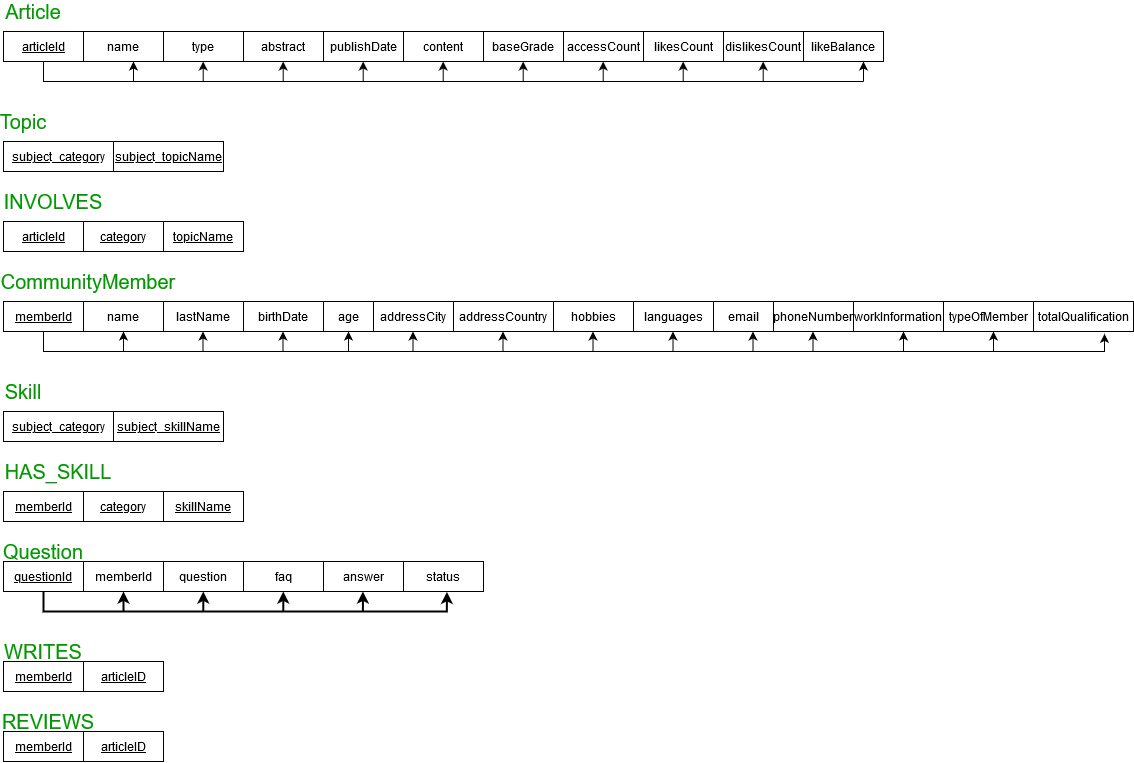
This is DB/Anexo D-DependenciasFuncionales.png from javier06herrera/PI-IngeBases-G1, a draw.io export, as it was before one commit. Source tidied: cells renumbered, new cells last; positions are measured from the earlier drawing's top-left corner, leaving out a move shared by most shapes. Its diagram source:
```xml
<mxGraphModel>
  <root>
    <mxCell id="0" />
    <mxCell id="1" parent="0" />
    <mxCell id="2" style="edgeStyle=orthogonalEdgeStyle;rounded=0;jettySize=auto;html=1;exitX=0.5;exitY=1;exitDx=0;exitDy=0;entryX=0.625;entryY=1;entryDx=0;entryDy=0;entryPerimeter=0;" parent="1" edge="1" source="3" target="4">
      <mxGeometry relative="1" as="geometry" />
    </mxCell>
    <mxCell id="3" value="&lt;u&gt;articleId&lt;/u&gt;" style="rounded=0;whiteSpace=wrap;html=1;" parent="1" vertex="1">
      <mxGeometry y="30" width="80" height="30" as="geometry" />
    </mxCell>
    <mxCell id="4" value="name" style="rounded=0;whiteSpace=wrap;html=1;" parent="1" vertex="1">
      <mxGeometry x="80" y="30" width="80" height="30" as="geometry" />
    </mxCell>
    <mxCell id="5" value="type" style="rounded=0;whiteSpace=wrap;html=1;" parent="1" vertex="1">
      <mxGeometry x="160" y="30" width="80" height="30" as="geometry" />
    </mxCell>
    <mxCell id="6" value="abstract" style="rounded=0;whiteSpace=wrap;html=1;" parent="1" vertex="1">
      <mxGeometry x="240" y="30" width="80" height="30" as="geometry" />
    </mxCell>
    <mxCell id="7" value="publishDate" style="rounded=0;whiteSpace=wrap;html=1;" parent="1" vertex="1">
      <mxGeometry x="320" y="30" width="80" height="30" as="geometry" />
    </mxCell>
    <mxCell id="8" value="content" style="rounded=0;whiteSpace=wrap;html=1;" parent="1" vertex="1">
      <mxGeometry x="400" y="30" width="80" height="30" as="geometry" />
    </mxCell>
    <mxCell id="9" value="baseGrade" style="rounded=0;whiteSpace=wrap;html=1;" parent="1" vertex="1">
      <mxGeometry x="480" y="30" width="80" height="30" as="geometry" />
    </mxCell>
    <mxCell id="10" value="accessCount" style="rounded=0;whiteSpace=wrap;html=1;" parent="1" vertex="1">
      <mxGeometry x="560" y="30" width="80" height="30" as="geometry" />
    </mxCell>
    <mxCell id="11" value="likesCount" style="rounded=0;whiteSpace=wrap;html=1;" parent="1" vertex="1">
      <mxGeometry x="640" y="30" width="80" height="30" as="geometry" />
    </mxCell>
    <mxCell id="12" value="dislikesCount" style="rounded=0;whiteSpace=wrap;html=1;" parent="1" vertex="1">
      <mxGeometry x="720" y="30" width="80" height="30" as="geometry" />
    </mxCell>
    <mxCell id="13" value="likeBalance" style="rounded=0;whiteSpace=wrap;html=1;" parent="1" vertex="1">
      <mxGeometry x="800" y="30" width="80" height="30" as="geometry" />
    </mxCell>
    <mxCell id="14" style="endArrow=none;html=1;" parent="1" edge="1">
      <mxGeometry relative="1" as="geometry">
        <mxPoint x="130" y="80" as="sourcePoint" />
        <mxPoint x="860" y="80" as="targetPoint" />
      </mxGeometry>
    </mxCell>
    <mxCell id="15" style="endArrow=classic;html=1;entryX=0.75;entryY=1;entryDx=0;entryDy=0;" parent="1" edge="1" target="13">
      <mxGeometry relative="1" as="geometry">
        <mxPoint x="860" y="80" as="sourcePoint" />
      </mxGeometry>
    </mxCell>
    <mxCell id="16" style="endArrow=classic;html=1;entryX=0.5;entryY=1;entryDx=0;entryDy=0;" parent="1" edge="1">
      <mxGeometry relative="1" as="geometry">
        <mxPoint x="359.7" y="80" as="sourcePoint" />
        <mxPoint x="359.7" y="60" as="targetPoint" />
      </mxGeometry>
    </mxCell>
    <mxCell id="17" style="endArrow=classic;html=1;entryX=0.5;entryY=1;entryDx=0;entryDy=0;" parent="1" edge="1">
      <mxGeometry relative="1" as="geometry">
        <mxPoint x="279.7" y="80" as="sourcePoint" />
        <mxPoint x="279.7" y="60" as="targetPoint" />
      </mxGeometry>
    </mxCell>
    <mxCell id="18" style="endArrow=classic;html=1;entryX=0.5;entryY=1;entryDx=0;entryDy=0;" parent="1" edge="1">
      <mxGeometry relative="1" as="geometry">
        <mxPoint x="199.7" y="80" as="sourcePoint" />
        <mxPoint x="199.7" y="60" as="targetPoint" />
      </mxGeometry>
    </mxCell>
    <mxCell id="19" value="&lt;u&gt;subject_category&lt;/u&gt;" style="rounded=0;whiteSpace=wrap;html=1;" parent="1" vertex="1">
      <mxGeometry y="140" width="110" height="30" as="geometry" />
    </mxCell>
    <mxCell id="20" value="&lt;u&gt;subject_topicName&lt;/u&gt;" style="rounded=0;whiteSpace=wrap;html=1;" parent="1" vertex="1">
      <mxGeometry x="110" y="140" width="110" height="30" as="geometry" />
    </mxCell>
    <mxCell id="21" value="&lt;u&gt;articleId&lt;/u&gt;" style="rounded=0;whiteSpace=wrap;html=1;" parent="1" vertex="1">
      <mxGeometry y="220" width="80" height="30" as="geometry" />
    </mxCell>
    <mxCell id="22" value="category" style="rounded=0;whiteSpace=wrap;html=1;fontStyle=4;" parent="1" vertex="1">
      <mxGeometry x="80" y="220" width="80" height="30" as="geometry" />
    </mxCell>
    <mxCell id="23" value="topicName" style="rounded=0;whiteSpace=wrap;html=1;fontStyle=4;" parent="1" vertex="1">
      <mxGeometry x="160" y="220" width="80" height="30" as="geometry" />
    </mxCell>
    <mxCell id="24" style="edgeStyle=orthogonalEdgeStyle;rounded=0;jettySize=auto;html=1;exitX=0.5;exitY=1;exitDx=0;exitDy=0;entryX=0.71;entryY=1.079;entryDx=0;entryDy=0;entryPerimeter=0;" parent="1" edge="1" source="25" target="32">
      <mxGeometry relative="1" as="geometry">
        <Array as="points">
          <mxPoint x="40" y="350" />
          <mxPoint x="1101" y="350" />
        </Array>
      </mxGeometry>
    </mxCell>
    <mxCell id="25" value="&lt;u&gt;memberId&lt;/u&gt;" style="rounded=0;whiteSpace=wrap;html=1;" parent="1" vertex="1">
      <mxGeometry y="300" width="80" height="30" as="geometry" />
    </mxCell>
    <mxCell id="26" value="name" style="rounded=0;whiteSpace=wrap;html=1;" parent="1" vertex="1">
      <mxGeometry x="80" y="300" width="80" height="30" as="geometry" />
    </mxCell>
    <mxCell id="27" value="lastName" style="rounded=0;whiteSpace=wrap;html=1;" parent="1" vertex="1">
      <mxGeometry x="160" y="300" width="80" height="30" as="geometry" />
    </mxCell>
    <mxCell id="28" value="birthDate" style="rounded=0;whiteSpace=wrap;html=1;" parent="1" vertex="1">
      <mxGeometry x="240" y="300" width="80" height="30" as="geometry" />
    </mxCell>
    <mxCell id="29" value="age" style="rounded=0;whiteSpace=wrap;html=1;" parent="1" vertex="1">
      <mxGeometry x="320" y="300" width="50" height="30" as="geometry" />
    </mxCell>
    <mxCell id="30" value="addressCity" style="rounded=0;whiteSpace=wrap;html=1;" parent="1" vertex="1">
      <mxGeometry x="370" y="300" width="80" height="30" as="geometry" />
    </mxCell>
    <mxCell id="31" value="addressCountry" style="rounded=0;whiteSpace=wrap;html=1;" parent="1" vertex="1">
      <mxGeometry x="450" y="300" width="100" height="30" as="geometry" />
    </mxCell>
    <mxCell id="32" value="totalQualification" style="rounded=0;whiteSpace=wrap;html=1;" parent="1" vertex="1">
      <mxGeometry x="1030" y="300" width="100" height="30" as="geometry" />
    </mxCell>
    <mxCell id="33" value="hobbies" style="rounded=0;whiteSpace=wrap;html=1;" parent="1" vertex="1">
      <mxGeometry x="550" y="300" width="80" height="30" as="geometry" />
    </mxCell>
    <mxCell id="34" value="languages" style="rounded=0;whiteSpace=wrap;html=1;" parent="1" vertex="1">
      <mxGeometry x="630" y="300" width="80" height="30" as="geometry" />
    </mxCell>
    <mxCell id="35" value="email" style="rounded=0;whiteSpace=wrap;html=1;" parent="1" vertex="1">
      <mxGeometry x="710" y="300" width="60" height="30" as="geometry" />
    </mxCell>
    <mxCell id="36" value="phoneNumber" style="rounded=0;whiteSpace=wrap;html=1;" parent="1" vertex="1">
      <mxGeometry x="770" y="300" width="80" height="30" as="geometry" />
    </mxCell>
    <mxCell id="37" value="workInformation" style="rounded=0;whiteSpace=wrap;html=1;" parent="1" vertex="1">
      <mxGeometry x="850" y="300" width="90" height="30" as="geometry" />
    </mxCell>
    <mxCell id="38" value="typeOfMember" style="rounded=0;whiteSpace=wrap;html=1;" parent="1" vertex="1">
      <mxGeometry x="940" y="300" width="90" height="30" as="geometry" />
    </mxCell>
    <mxCell id="39" style="endArrow=classic;html=1;entryX=0.5;entryY=1;entryDx=0;entryDy=0;" parent="1" edge="1" target="26">
      <mxGeometry relative="1" as="geometry">
        <mxPoint x="120" y="350" as="sourcePoint" />
      </mxGeometry>
    </mxCell>
    <mxCell id="40" style="endArrow=classic;html=1;entryX=0.5;entryY=1;entryDx=0;entryDy=0;" parent="1" edge="1">
      <mxGeometry relative="1" as="geometry">
        <mxPoint x="199.5" y="350" as="sourcePoint" />
        <mxPoint x="199.5" y="330" as="targetPoint" />
      </mxGeometry>
    </mxCell>
    <mxCell id="41" style="endArrow=classic;html=1;entryX=0.5;entryY=1;entryDx=0;entryDy=0;" parent="1" edge="1">
      <mxGeometry relative="1" as="geometry">
        <mxPoint x="279.5" y="350" as="sourcePoint" />
        <mxPoint x="279.5" y="330" as="targetPoint" />
      </mxGeometry>
    </mxCell>
    <mxCell id="42" style="endArrow=classic;html=1;entryX=0.5;entryY=1;entryDx=0;entryDy=0;" parent="1" edge="1">
      <mxGeometry relative="1" as="geometry">
        <mxPoint x="409.5" y="350" as="sourcePoint" />
        <mxPoint x="409.5" y="330" as="targetPoint" />
      </mxGeometry>
    </mxCell>
    <mxCell id="43" style="endArrow=classic;html=1;entryX=0.5;entryY=1;entryDx=0;entryDy=0;" parent="1" edge="1">
      <mxGeometry relative="1" as="geometry">
        <mxPoint x="499.5" y="350" as="sourcePoint" />
        <mxPoint x="499.5" y="330" as="targetPoint" />
      </mxGeometry>
    </mxCell>
    <mxCell id="44" style="endArrow=classic;html=1;entryX=0.5;entryY=1;entryDx=0;entryDy=0;" parent="1" edge="1">
      <mxGeometry relative="1" as="geometry">
        <mxPoint x="589.5" y="350" as="sourcePoint" />
        <mxPoint x="589.5" y="330" as="targetPoint" />
      </mxGeometry>
    </mxCell>
    <mxCell id="45" style="endArrow=classic;html=1;entryX=0.5;entryY=1;entryDx=0;entryDy=0;" parent="1" edge="1">
      <mxGeometry relative="1" as="geometry">
        <mxPoint x="669.5" y="350" as="sourcePoint" />
        <mxPoint x="669.5" y="330" as="targetPoint" />
      </mxGeometry>
    </mxCell>
    <mxCell id="46" style="endArrow=classic;html=1;entryX=0.5;entryY=1;entryDx=0;entryDy=0;" parent="1" edge="1">
      <mxGeometry relative="1" as="geometry">
        <mxPoint x="749.5" y="350" as="sourcePoint" />
        <mxPoint x="749.5" y="330" as="targetPoint" />
      </mxGeometry>
    </mxCell>
    <mxCell id="47" style="endArrow=classic;html=1;entryX=0.5;entryY=1;entryDx=0;entryDy=0;" parent="1" edge="1">
      <mxGeometry relative="1" as="geometry">
        <mxPoint x="809.5" y="350" as="sourcePoint" />
        <mxPoint x="809.5" y="330" as="targetPoint" />
      </mxGeometry>
    </mxCell>
    <mxCell id="48" style="endArrow=classic;html=1;entryX=0.5;entryY=1;entryDx=0;entryDy=0;" parent="1" edge="1">
      <mxGeometry relative="1" as="geometry">
        <mxPoint x="900" y="350" as="sourcePoint" />
        <mxPoint x="900" y="330" as="targetPoint" />
      </mxGeometry>
    </mxCell>
    <mxCell id="49" value="&lt;u&gt;subject_category&lt;/u&gt;" style="rounded=0;whiteSpace=wrap;html=1;" parent="1" vertex="1">
      <mxGeometry y="410" width="110" height="30" as="geometry" />
    </mxCell>
    <mxCell id="50" value="&lt;u&gt;subject_skillName&lt;/u&gt;" style="rounded=0;whiteSpace=wrap;html=1;" parent="1" vertex="1">
      <mxGeometry x="110" y="410" width="110" height="30" as="geometry" />
    </mxCell>
    <mxCell id="51" value="&lt;u&gt;memberId&lt;/u&gt;" style="rounded=0;whiteSpace=wrap;html=1;" parent="1" vertex="1">
      <mxGeometry y="490" width="80" height="30" as="geometry" />
    </mxCell>
    <mxCell id="52" value="category" style="rounded=0;whiteSpace=wrap;html=1;fontStyle=4;" parent="1" vertex="1">
      <mxGeometry x="80" y="490" width="80" height="30" as="geometry" />
    </mxCell>
    <mxCell id="53" value="skillName" style="rounded=0;whiteSpace=wrap;html=1;fontStyle=4;" parent="1" vertex="1">
      <mxGeometry x="160" y="490" width="80" height="30" as="geometry" />
    </mxCell>
    <mxCell id="54" style="edgeStyle=orthogonalEdgeStyle;rounded=0;jettySize=auto;html=1;exitX=0.5;exitY=1;exitDx=0;exitDy=0;strokeColor=#000000;strokeWidth=2;entryX=0.543;entryY=1.013;entryDx=0;entryDy=0;entryPerimeter=0;" parent="1" edge="1" source="55" target="60">
      <mxGeometry relative="1" as="geometry" />
    </mxCell>
    <mxCell id="55" value="&lt;u&gt;questionId&lt;/u&gt;" style="rounded=0;whiteSpace=wrap;html=1;" parent="1" vertex="1">
      <mxGeometry y="560" width="80" height="30" as="geometry" />
    </mxCell>
    <mxCell id="56" value="memberId" style="rounded=0;whiteSpace=wrap;html=1;" parent="1" vertex="1">
      <mxGeometry x="80" y="560" width="80" height="30" as="geometry" />
    </mxCell>
    <mxCell id="57" value="question" style="rounded=0;whiteSpace=wrap;html=1;" parent="1" vertex="1">
      <mxGeometry x="160" y="560" width="80" height="30" as="geometry" />
    </mxCell>
    <mxCell id="58" value="faq" style="rounded=0;whiteSpace=wrap;html=1;" parent="1" vertex="1">
      <mxGeometry x="240" y="560" width="80" height="30" as="geometry" />
    </mxCell>
    <mxCell id="59" value="answer" style="rounded=0;whiteSpace=wrap;html=1;" parent="1" vertex="1">
      <mxGeometry x="320" y="560" width="80" height="30" as="geometry" />
    </mxCell>
    <mxCell id="60" value="status" style="rounded=0;whiteSpace=wrap;html=1;" parent="1" vertex="1">
      <mxGeometry x="400" y="560" width="80" height="30" as="geometry" />
    </mxCell>
    <mxCell id="61" style="endArrow=classic;html=1;strokeColor=#000000;strokeWidth=2;entryX=0.5;entryY=1;entryDx=0;entryDy=0;" parent="1" edge="1" target="56">
      <mxGeometry relative="1" as="geometry">
        <mxPoint x="120" y="610" as="sourcePoint" />
      </mxGeometry>
    </mxCell>
    <mxCell id="62" value="&lt;u&gt;memberId&lt;/u&gt;" style="rounded=0;whiteSpace=wrap;html=1;" parent="1" vertex="1">
      <mxGeometry y="660" width="80" height="30" as="geometry" />
    </mxCell>
    <mxCell id="63" value="articleID" style="rounded=0;whiteSpace=wrap;html=1;fontStyle=4;" parent="1" vertex="1">
      <mxGeometry x="80" y="660" width="80" height="30" as="geometry" />
    </mxCell>
    <mxCell id="64" value="&lt;u&gt;memberId&lt;/u&gt;" style="rounded=0;whiteSpace=wrap;html=1;" parent="1" vertex="1">
      <mxGeometry y="730" width="80" height="30" as="geometry" />
    </mxCell>
    <mxCell id="65" value="articleID" style="rounded=0;whiteSpace=wrap;html=1;fontStyle=4;" parent="1" vertex="1">
      <mxGeometry x="80" y="730" width="80" height="30" as="geometry" />
    </mxCell>
    <mxCell id="66" value="Article" style="text;html=1;strokeColor=none;fillColor=none;align=center;verticalAlign=middle;whiteSpace=wrap;rounded=0;fontSize=20;fontColor=#009900;" parent="1" vertex="1">
      <mxGeometry width="60" height="20" as="geometry" />
    </mxCell>
    <mxCell id="67" value="Topic" style="text;html=1;strokeColor=none;fillColor=none;align=center;verticalAlign=middle;whiteSpace=wrap;rounded=0;fontSize=20;fontColor=#009900;" parent="1" vertex="1">
      <mxGeometry y="110" width="40" height="20" as="geometry" />
    </mxCell>
    <mxCell id="68" value="INVOLVES" style="text;html=1;strokeColor=none;fillColor=none;align=center;verticalAlign=middle;whiteSpace=wrap;rounded=0;fontSize=20;fontColor=#009900;" parent="1" vertex="1">
      <mxGeometry y="190" width="100" height="20" as="geometry" />
    </mxCell>
    <mxCell id="69" value="CommunityMember" style="text;html=1;strokeColor=none;fillColor=none;align=center;verticalAlign=middle;whiteSpace=wrap;rounded=0;fontSize=20;fontColor=#009900;" parent="1" vertex="1">
      <mxGeometry y="270" width="170" height="20" as="geometry" />
    </mxCell>
    <mxCell id="70" value="Skill" style="text;html=1;strokeColor=none;fillColor=none;align=center;verticalAlign=middle;whiteSpace=wrap;rounded=0;fontSize=20;fontColor=#009900;" parent="1" vertex="1">
      <mxGeometry y="380" width="40" height="20" as="geometry" />
    </mxCell>
    <mxCell id="71" value="HAS_SKILL" style="text;html=1;strokeColor=none;fillColor=none;align=center;verticalAlign=middle;whiteSpace=wrap;rounded=0;fontSize=20;fontColor=#009900;" parent="1" vertex="1">
      <mxGeometry y="460" width="110" height="20" as="geometry" />
    </mxCell>
    <mxCell id="72" value="Question" style="text;html=1;strokeColor=none;fillColor=none;align=center;verticalAlign=middle;whiteSpace=wrap;rounded=0;fontSize=20;fontColor=#009900;" parent="1" vertex="1">
      <mxGeometry y="540" width="80" height="20" as="geometry" />
    </mxCell>
    <mxCell id="73" value="WRITES" style="text;html=1;strokeColor=none;fillColor=none;align=center;verticalAlign=middle;whiteSpace=wrap;rounded=0;fontSize=20;fontColor=#009900;" parent="1" vertex="1">
      <mxGeometry y="640" width="80" height="20" as="geometry" />
    </mxCell>
    <mxCell id="74" value="REVIEWS" style="text;html=1;strokeColor=none;fillColor=none;align=center;verticalAlign=middle;whiteSpace=wrap;rounded=0;fontSize=20;fontColor=#009900;" parent="1" vertex="1">
      <mxGeometry y="710" width="90" height="20" as="geometry" />
    </mxCell>
    <mxCell id="75" style="endArrow=classic;html=1;entryX=0.5;entryY=1;entryDx=0;entryDy=0;" parent="1" edge="1" target="29">
      <mxGeometry relative="1" as="geometry">
        <mxPoint x="345" y="350" as="sourcePoint" />
      </mxGeometry>
    </mxCell>
    <mxCell id="76" style="endArrow=classic;html=1;entryX=0.5;entryY=1;entryDx=0;entryDy=0;" parent="1" edge="1">
      <mxGeometry relative="1" as="geometry">
        <mxPoint x="519.7" y="80" as="sourcePoint" />
        <mxPoint x="519.7" y="60" as="targetPoint" />
      </mxGeometry>
    </mxCell>
    <mxCell id="77" style="endArrow=classic;html=1;entryX=0.5;entryY=1;entryDx=0;entryDy=0;" parent="1" edge="1">
      <mxGeometry relative="1" as="geometry">
        <mxPoint x="439.7" y="80" as="sourcePoint" />
        <mxPoint x="439.7" y="60" as="targetPoint" />
      </mxGeometry>
    </mxCell>
    <mxCell id="78" style="endArrow=classic;html=1;entryX=0.5;entryY=1;entryDx=0;entryDy=0;" parent="1" edge="1">
      <mxGeometry relative="1" as="geometry">
        <mxPoint x="599.7" y="80" as="sourcePoint" />
        <mxPoint x="599.7" y="60" as="targetPoint" />
      </mxGeometry>
    </mxCell>
    <mxCell id="79" style="endArrow=classic;html=1;entryX=0.5;entryY=1;entryDx=0;entryDy=0;" parent="1" edge="1">
      <mxGeometry relative="1" as="geometry">
        <mxPoint x="679.7" y="80" as="sourcePoint" />
        <mxPoint x="679.7" y="60" as="targetPoint" />
      </mxGeometry>
    </mxCell>
    <mxCell id="80" style="endArrow=classic;html=1;entryX=0.5;entryY=1;entryDx=0;entryDy=0;" parent="1" edge="1">
      <mxGeometry relative="1" as="geometry">
        <mxPoint x="759.7" y="80" as="sourcePoint" />
        <mxPoint x="759.7" y="60" as="targetPoint" />
      </mxGeometry>
    </mxCell>
    <mxCell id="81" style="endArrow=classic;html=1;strokeColor=#000000;strokeWidth=2;entryX=0.5;entryY=1;entryDx=0;entryDy=0;" parent="1" edge="1">
      <mxGeometry relative="1" as="geometry">
        <mxPoint x="199.8" y="610" as="sourcePoint" />
        <mxPoint x="199.8" y="590" as="targetPoint" />
      </mxGeometry>
    </mxCell>
    <mxCell id="82" style="endArrow=classic;html=1;strokeColor=#000000;strokeWidth=2;entryX=0.5;entryY=1;entryDx=0;entryDy=0;" parent="1" edge="1">
      <mxGeometry relative="1" as="geometry">
        <mxPoint x="279.8" y="610" as="sourcePoint" />
        <mxPoint x="279.8" y="590" as="targetPoint" />
      </mxGeometry>
    </mxCell>
    <mxCell id="83" style="endArrow=classic;html=1;strokeColor=#000000;strokeWidth=2;entryX=0.5;entryY=1;entryDx=0;entryDy=0;" parent="1" edge="1">
      <mxGeometry relative="1" as="geometry">
        <mxPoint x="359.4" y="610" as="sourcePoint" />
        <mxPoint x="359.4" y="590" as="targetPoint" />
      </mxGeometry>
    </mxCell>
    <mxCell id="84" style="endArrow=classic;html=1;entryX=0.5;entryY=1;entryDx=0;entryDy=0;" parent="1" edge="1">
      <mxGeometry relative="1" as="geometry">
        <mxPoint x="990" y="350" as="sourcePoint" />
        <mxPoint x="990" y="330" as="targetPoint" />
      </mxGeometry>
    </mxCell>
  </root>
</mxGraphModel>
```
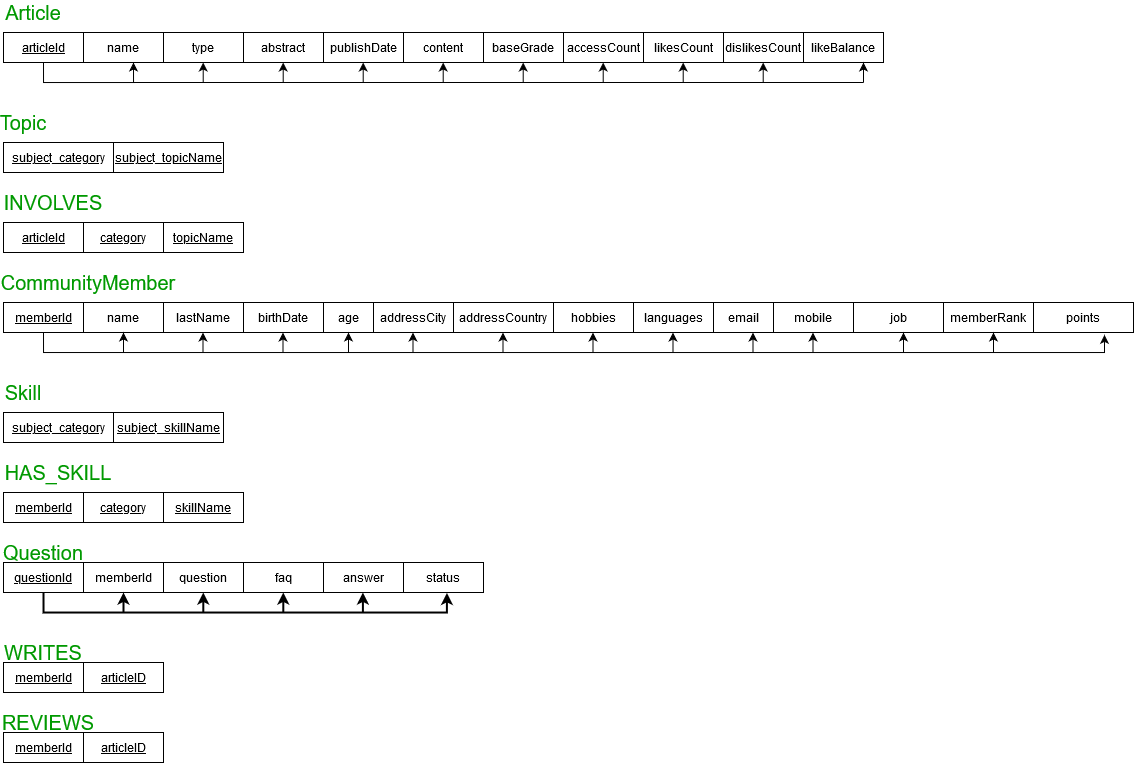
The same file after the commit.

Change to the diagram source:
```diff
@@ -111,7 +111,7 @@
     <mxCell id="31" value="addressCountry" style="rounded=0;whiteSpace=wrap;html=1;" parent="1" vertex="1">
       <mxGeometry x="450" y="300" width="100" height="30" as="geometry" />
     </mxCell>
-    <mxCell id="32" value="totalQualification" style="rounded=0;whiteSpace=wrap;html=1;" parent="1" vertex="1">
+    <mxCell id="32" value="points" style="rounded=0;whiteSpace=wrap;html=1;" parent="1" vertex="1">
       <mxGeometry x="1030" y="300" width="100" height="30" as="geometry" />
     </mxCell>
     <mxCell id="33" value="hobbies" style="rounded=0;whiteSpace=wrap;html=1;" parent="1" vertex="1">
@@ -123,13 +123,13 @@
     <mxCell id="35" value="email" style="rounded=0;whiteSpace=wrap;html=1;" parent="1" vertex="1">
       <mxGeometry x="710" y="300" width="60" height="30" as="geometry" />
     </mxCell>
-    <mxCell id="36" value="phoneNumber" style="rounded=0;whiteSpace=wrap;html=1;" parent="1" vertex="1">
+    <mxCell id="36" value="mobile" style="rounded=0;whiteSpace=wrap;html=1;" parent="1" vertex="1">
       <mxGeometry x="770" y="300" width="80" height="30" as="geometry" />
     </mxCell>
-    <mxCell id="37" value="workInformation" style="rounded=0;whiteSpace=wrap;html=1;" parent="1" vertex="1">
+    <mxCell id="37" value="job" style="rounded=0;whiteSpace=wrap;html=1;" parent="1" vertex="1">
       <mxGeometry x="850" y="300" width="90" height="30" as="geometry" />
     </mxCell>
-    <mxCell id="38" value="typeOfMember" style="rounded=0;whiteSpace=wrap;html=1;" parent="1" vertex="1">
+    <mxCell id="38" value="memberRank" style="rounded=0;whiteSpace=wrap;html=1;" parent="1" vertex="1">
       <mxGeometry x="940" y="300" width="90" height="30" as="geometry" />
     </mxCell>
     <mxCell id="39" style="endArrow=classic;html=1;entryX=0.5;entryY=1;entryDx=0;entryDy=0;" parent="1" edge="1" target="26">
```
